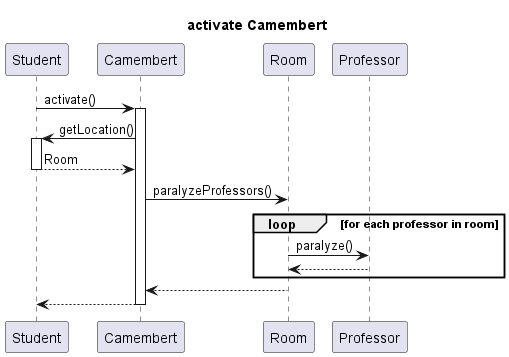
The PlantUML diagram out/diagramms/src/activate_camembert/camembert.png in kipolaris/skyrimscriptsuttogok, before a commit.
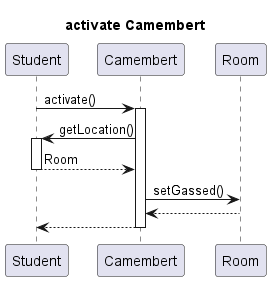
Above is the later version.

The edit, as a diff of the source:
```diff
@@ -5,19 +5,14 @@
 participant Student as s
 participant Camembert as c
 participant Room as r
-participant Professor as p
 
 s -> c ++: activate()
 
 c -> s ++: getLocation()
 s--> c --: Room
 
-c->r : paralyzeProfessors()
+c->r : setGassed()
 
-loop for each professor in room
-    r->p : paralyze()
-    p-->r
-end
 r-->c
 
 c-->s --:
```
